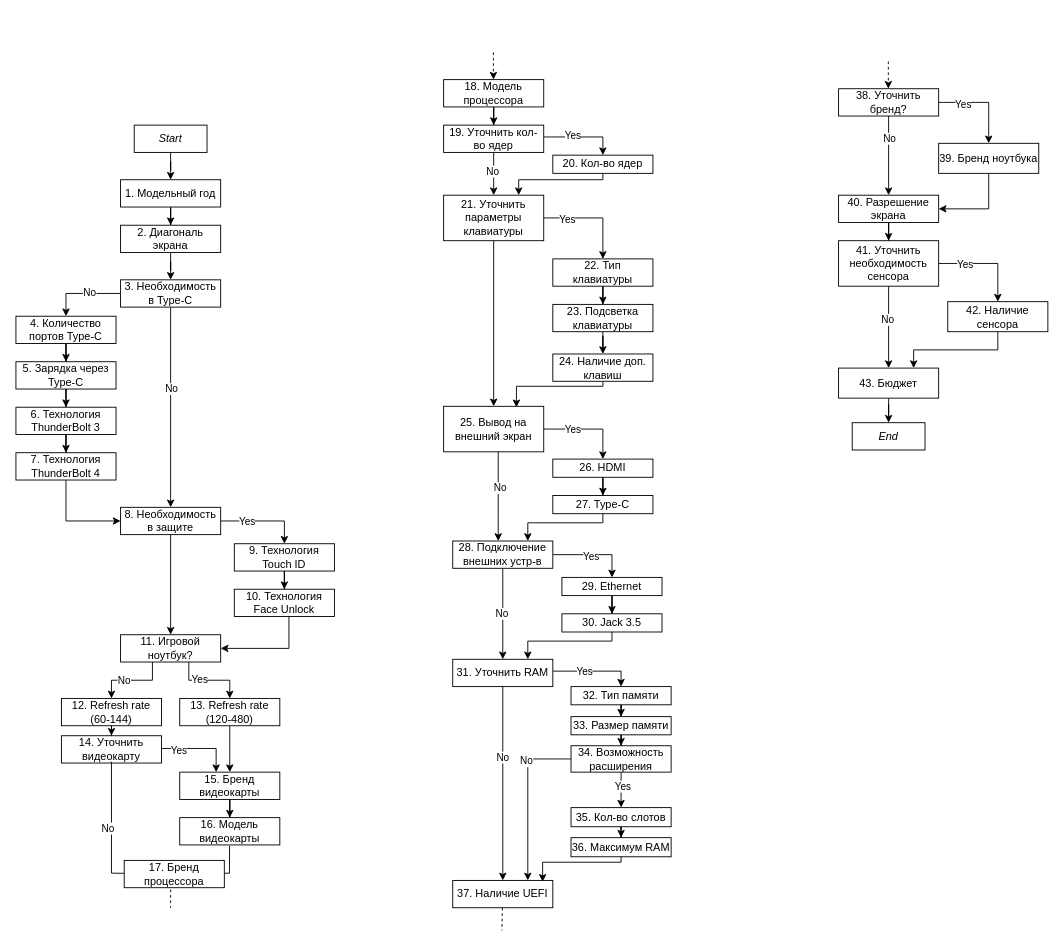
Earlier version of the draw.io diagram dataLabs/2/dialog.drawio (Rouvas/Semiotika). Source tidied: cells renumbered, new cells numbered last; positions are measured from the earlier drawing's top-left corner, leaving out a move shared by most shapes. Both pictures are drawn from the tidied source at 91%, with x=0, y=0 at pixel (15, 52).
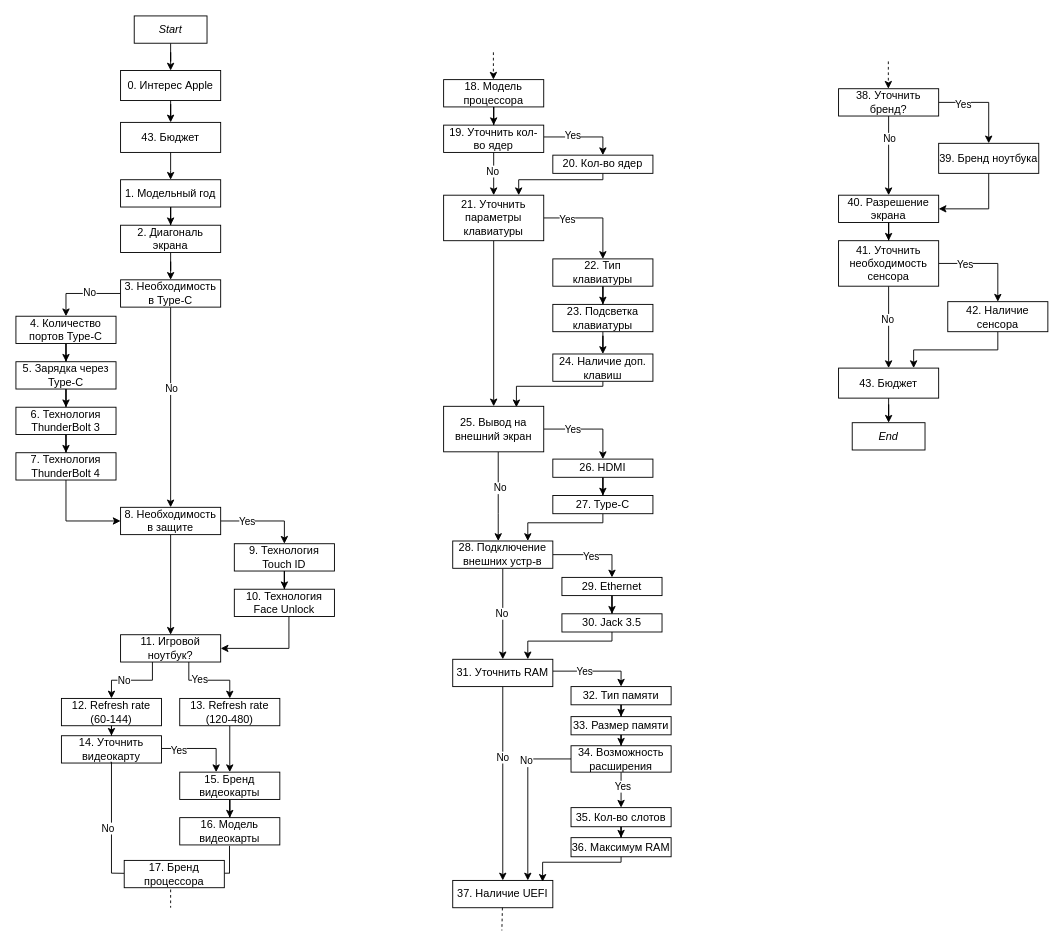
After the change.

The change refers to these unchanged cells:
```xml
<mxCell id="5" value="1. Модельный год" style="rounded=0;whiteSpace=wrap;html=1;fontStyle=0;" parent="1" vertex="1">
  <mxGeometry x="115" y="140" width="110" height="30" as="geometry" />
</mxCell>
```

The edit, as a diff of the source:
```diff
@@
-    <mxCell id="2" style="edgeStyle=orthogonalEdgeStyle;rounded=0;jettySize=auto;html=1;" parent="1" edge="1" source="3" target="5">
-      <mxGeometry relative="1" as="geometry" />
-    </mxCell>
+    <mxCell id="129" style="edgeStyle=orthogonalEdgeStyle;rounded=0;jettySize=auto;html=1;" parent="1" edge="1" source="3" target="133">
+      <mxGeometry relative="1" as="geometry" />
+    </mxCell>
     <mxCell id="3" value="Start" style="rounded=0;whiteSpace=wrap;html=1;fontStyle=2;glass=0;" parent="1" vertex="1">
-      <mxGeometry x="130" y="80" width="80" height="30" as="geometry" />
+      <mxGeometry x="130" y="-40" width="80" height="30" as="geometry" />
     </mxCell>
@@
-    <mxCell id="125" value="43. Бюджет" style="rounded=0;whiteSpace=wrap;html=1;fontStyle=0;" parent="1" vertex="1">
+    <mxCell id="125" value="43. Бюджет" style="rounded=0;whiteSpace=wrap;html=1;fontStyle=0;fillStyle=hatch;fillColor=#FFFFFF;" parent="1" vertex="1">
       <mxGeometry x="904" y="347" width="110" height="33" as="geometry" />
     </mxCell>
@@
+    <mxCell id="130" style="edgeStyle=orthogonalEdgeStyle;rounded=0;jettySize=auto;html=1;" parent="1" edge="1" source="131">
+      <mxGeometry relative="1" as="geometry">
+        <mxPoint x="170" y="140" as="targetPoint" />
+      </mxGeometry>
+    </mxCell>
+    <mxCell id="131" value="43. Бюджет" style="rounded=0;whiteSpace=wrap;html=1;fontStyle=0;fillStyle=hatch;fillColor=none;" parent="1" vertex="1">
+      <mxGeometry x="115" y="77" width="110" height="33" as="geometry" />
+    </mxCell>
+    <mxCell id="132" style="edgeStyle=orthogonalEdgeStyle;rounded=0;jettySize=auto;html=1;" parent="1" edge="1" source="133" target="131">
+      <mxGeometry relative="1" as="geometry" />
+    </mxCell>
+    <mxCell id="133" value="0. Интерес Apple" style="rounded=0;whiteSpace=wrap;html=1;fontStyle=0;fillStyle=hatch;fillColor=none;" parent="1" vertex="1">
+      <mxGeometry x="115" y="20" width="110" height="33" as="geometry" />
+    </mxCell>
```
